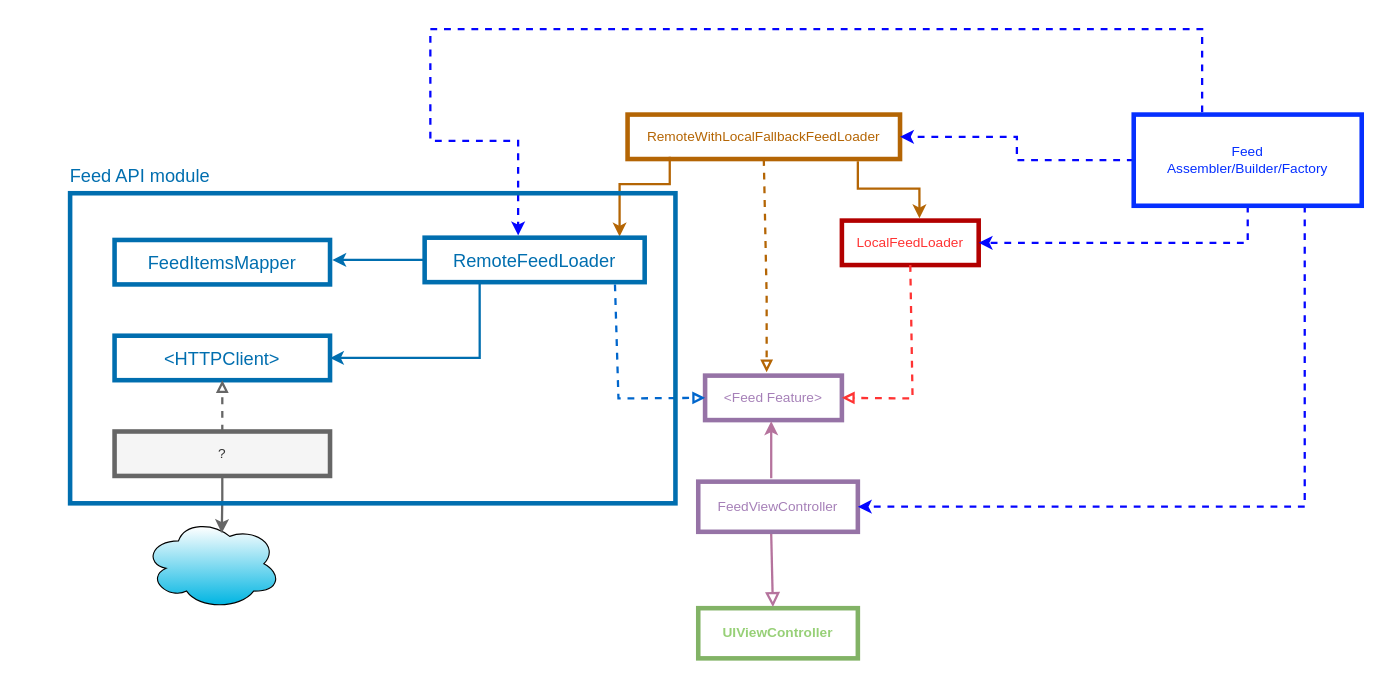
The draw.io diagram Architecture Diagrams/Architecture_And_Modular_Design_Netowrking_Module.drawio in gopal-iosdev/essential-feed-case-study, before the edit. Source tidied: cells renumbered, new cells numbered last; positions are measured from the earlier drawing's top-left corner, leaving out a move shared by most shapes. Both pictures are drawn from the tidied source at 114%, with x=0, y=0 at pixel (67, 28).
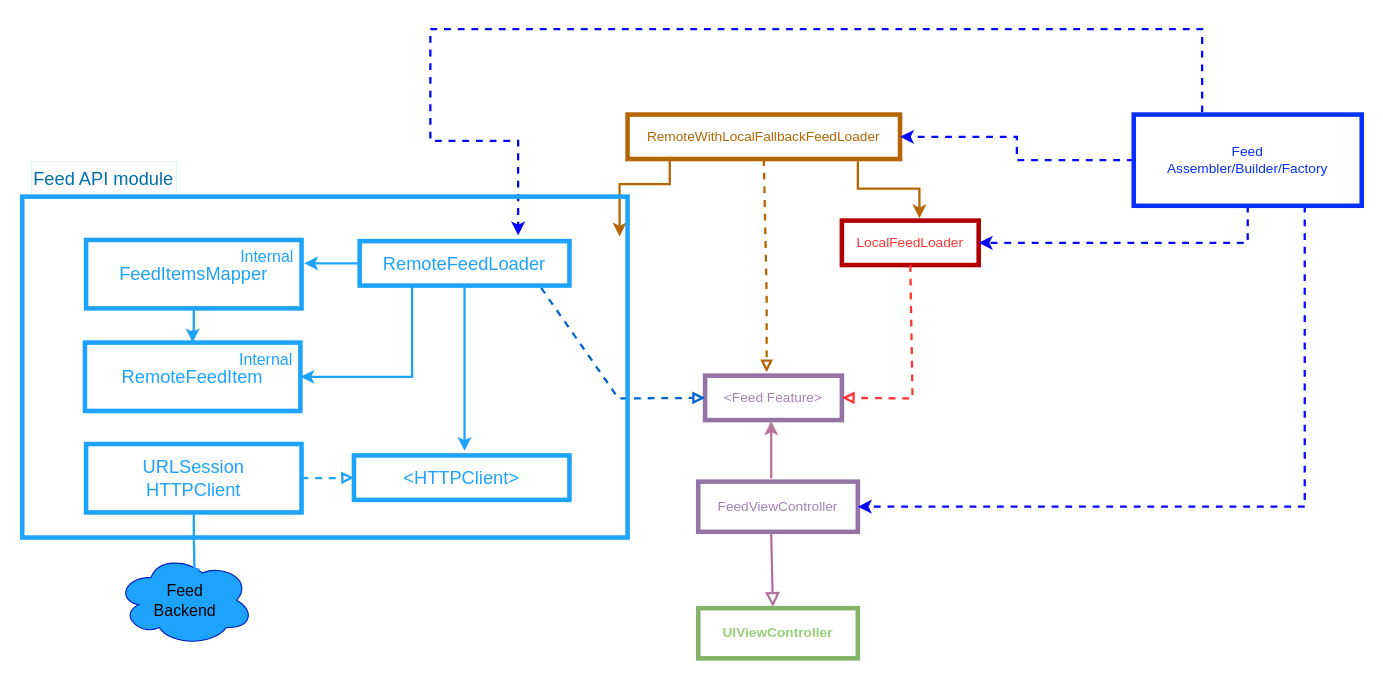
After the change.

Commit message:
Updated feed api module in the architecture

Diff of the diagram source:
```diff
@@
+    <mxCell id="30" style="edgeStyle=orthogonalEdgeStyle;rounded=0;jettySize=auto;html=1;entryX=0.5;entryY=0;entryDx=0;entryDy=0;strokeColor=#1EA3FC;strokeWidth=2;" parent="1" edge="1" source="19" target="35">
+      <mxGeometry relative="1" as="geometry" />
+    </mxCell>
-    <mxCell id="19" value="&lt;font style=&quot;font-size: 16px;&quot;&gt;FeedItemsMapper&lt;/font&gt;" style="rounded=0;whiteSpace=wrap;html=1;fillColor=none;strokeColor=#006EAF;strokeWidth=4;fontColor=#006EAF;fontSize=16;" parent="1" vertex="1">
-      <mxGeometry x="41" y="185" width="189" height="39" as="geometry" />
+    <mxCell id="19" value="&lt;font style=&quot;font-size: 16px;&quot;&gt;FeedItemsMapper&lt;/font&gt;" style="rounded=0;whiteSpace=wrap;html=1;fillColor=none;strokeColor=#1EA3FC;strokeWidth=4;fontColor=#1EA3FC;fontSize=16;" parent="1" vertex="1">
+      <mxGeometry x="16" y="185" width="189" height="60" as="geometry" />
     </mxCell>
-    <mxCell id="20" style="edgeStyle=orthogonalEdgeStyle;rounded=0;jettySize=auto;html=1;strokeColor=#006EAF;strokeWidth=2;fontColor=#006EAF;fontSize=16;" parent="1" edge="1" source="22">
-      <mxGeometry relative="1" as="geometry">
-        <mxPoint x="232" y="202.5" as="targetPoint" />
-      </mxGeometry>
-    </mxCell>
-    <mxCell id="21" style="edgeStyle=orthogonalEdgeStyle;rounded=0;jettySize=auto;html=1;exitX=0.25;exitY=1;exitDx=0;exitDy=0;entryX=1;entryY=0.5;entryDx=0;entryDy=0;strokeColor=#006EAF;strokeWidth=2;fontColor=#006EAF;fontSize=16;" parent="1" edge="1" source="22" target="23">
-      <mxGeometry relative="1" as="geometry" />
-    </mxCell>
+    <mxCell id="31" style="edgeStyle=orthogonalEdgeStyle;rounded=0;jettySize=auto;html=1;exitX=0.5;exitY=1;exitDx=0;exitDy=0;strokeColor=#1EA3FC;strokeWidth=2;" parent="1" edge="1" source="22">
+      <mxGeometry relative="1" as="geometry">
+        <mxPoint x="348" y="370" as="targetPoint" />
+      </mxGeometry>
+    </mxCell>
+    <mxCell id="32" style="edgeStyle=orthogonalEdgeStyle;rounded=0;jettySize=auto;html=1;strokeColor=#1EA3FC;strokeWidth=2;" parent="1" edge="1" source="22">
+      <mxGeometry relative="1" as="geometry">
+        <mxPoint x="207.4" y="205.5" as="targetPoint" />
+      </mxGeometry>
+    </mxCell>
+    <mxCell id="33" style="edgeStyle=orthogonalEdgeStyle;rounded=0;jettySize=auto;html=1;exitX=0.25;exitY=1;exitDx=0;exitDy=0;entryX=1;entryY=0.5;entryDx=0;entryDy=0;strokeColor=#1EA3FC;strokeWidth=2;" parent="1" edge="1" source="22" target="35">
+      <mxGeometry relative="1" as="geometry" />
+    </mxCell>
-    <mxCell id="22" value="&lt;font style=&quot;font-size: 16px;&quot;&gt;RemoteFeedLoader&lt;/font&gt;" style="rounded=0;whiteSpace=wrap;html=1;fillColor=none;strokeColor=#006EAF;strokeWidth=4;fontColor=#006EAF;fontSize=16;" parent="1" vertex="1">
-      <mxGeometry x="313" y="183" width="193" height="39" as="geometry" />
+    <mxCell id="22" value="&lt;font style=&quot;font-size: 16px;&quot;&gt;RemoteFeedLoader&lt;/font&gt;" style="rounded=0;whiteSpace=wrap;html=1;fillColor=none;strokeColor=#1EA3FC;strokeWidth=4;fontColor=#1EA3FC;fontSize=16;" parent="1" vertex="1">
+      <mxGeometry x="256" y="186" width="184" height="39" as="geometry" />
     </mxCell>
-    <mxCell id="23" value="&lt;font style=&quot;font-size: 16px;&quot;&gt;&amp;lt;HTTPClient&amp;gt;&lt;/font&gt;" style="rounded=0;whiteSpace=wrap;html=1;fillColor=none;strokeColor=#006EAF;strokeWidth=4;fontColor=#006EAF;fontSize=16;" parent="1" vertex="1">
-      <mxGeometry x="41" y="269" width="189" height="39" as="geometry" />
+    <mxCell id="23" value="&lt;font style=&quot;font-size: 16px;&quot;&gt;&amp;lt;HTTPClient&amp;gt;&lt;/font&gt;" style="rounded=0;whiteSpace=wrap;html=1;fillColor=none;strokeColor=#1EA3FC;strokeWidth=4;fontColor=#1EA3FC;fontSize=16;" parent="1" vertex="1">
+      <mxGeometry x="251" y="374" width="189" height="39" as="geometry" />
     </mxCell>
-    <mxCell id="24" style="ellipse;shape=cloud;whiteSpace=wrap;html=1;gradientColor=#00b5e2;" parent="1" vertex="1">
-      <mxGeometry x="67" y="429" width="120" height="80" as="geometry" />
+    <mxCell id="24" value="&lt;font style=&quot;font-size: 14px;&quot;&gt;Feed&lt;br style=&quot;font-size: 14px;&quot;&gt;Backend&lt;/font&gt;" style="ellipse;shape=cloud;whiteSpace=wrap;html=1;fillColor=#1ea3fc;fontColor=#000000;strokeColor=#001DBC;fontSize=14;" parent="1" vertex="1">
+      <mxGeometry x="43" y="461" width="120" height="80" as="geometry" />
     </mxCell>
+    <mxCell id="26" style="edgeStyle=orthogonalEdgeStyle;rounded=0;jettySize=auto;html=1;entryX=0.567;entryY=0.163;entryDx=0;entryDy=0;entryPerimeter=0;strokeWidth=2;strokeColor=#1EA3FC;endArrow=baseDash;endFill=0;" parent="1" edge="1" source="27" target="24">
+      <mxGeometry relative="1" as="geometry" />
+    </mxCell>
-    <mxCell id="25" style="edgeStyle=orthogonalEdgeStyle;rounded=0;jettySize=auto;html=1;entryX=0.5;entryY=1;entryDx=0;entryDy=0;strokeWidth=2;dashed=1;endArrow=block;endFill=0;strokeColor=#666666;" parent="1" edge="1" source="27" target="23">
+    <mxCell id="25" style="edgeStyle=orthogonalEdgeStyle;rounded=0;jettySize=auto;html=1;exitX=1;exitY=0.5;exitDx=0;exitDy=0;entryX=0;entryY=0.5;entryDx=0;entryDy=0;strokeWidth=2;endArrow=block;endFill=0;dashed=1;strokeColor=#1EA3FC;" parent="1" edge="1" source="27" target="23">
       <mxGeometry relative="1" as="geometry" />
     </mxCell>
-    <mxCell id="26" style="edgeStyle=orthogonalEdgeStyle;rounded=0;jettySize=auto;html=1;entryX=0.567;entryY=0.163;entryDx=0;entryDy=0;entryPerimeter=0;strokeWidth=2;strokeColor=#666666;" parent="1" edge="1" source="27" target="24">
-      <mxGeometry relative="1" as="geometry" />
-    </mxCell>
-    <mxCell id="27" value="?" style="rounded=0;whiteSpace=wrap;html=1;fillColor=#f5f5f5;strokeColor=#666666;strokeWidth=4;fontColor=#333333;" parent="1" vertex="1">
-      <mxGeometry x="41" y="353" width="189" height="39" as="geometry" />
+    <mxCell id="27" value="&lt;span style=&quot;font-family: Helvetica; font-size: 16px; font-style: normal; font-variant-ligatures: normal; font-variant-caps: normal; font-weight: 400; letter-spacing: normal; orphans: 2; text-align: center; text-indent: 0px; text-transform: none; widows: 2; word-spacing: 0px; -webkit-text-stroke-width: 0px; background-color: rgb(251, 251, 251); text-decoration-thickness: initial; text-decoration-style: initial; text-decoration-color: initial; float: none; display: inline !important;&quot;&gt;URLSession&lt;br&gt;HTTPClient&lt;br&gt;&lt;/span&gt;" style="rounded=0;whiteSpace=wrap;html=1;fillColor=none;strokeColor=#1EA3FC;strokeWidth=4;fontColor=#1EA3FC;" parent="1" vertex="1">
+      <mxGeometry x="16" y="364" width="189" height="60" as="geometry" />
     </mxCell>
-    <mxCell id="28" style="rounded=0;whiteSpace=wrap;html=1;fillColor=none;strokeWidth=4;strokeColor=#006EAF;" parent="1" vertex="1">
-      <mxGeometry x="2" y="144" width="531" height="272" as="geometry" />
+    <mxCell id="28" style="rounded=0;whiteSpace=wrap;html=1;fillColor=none;strokeWidth=4;strokeColor=#1EA3FC;" parent="1" vertex="1">
+      <mxGeometry x="-40" y="147" width="531" height="299" as="geometry" />
     </mxCell>
-    <mxCell id="29" value="Feed API module" style="text;html=1;strokeColor=none;fillColor=none;align=center;verticalAlign=middle;whiteSpace=wrap;rounded=0;strokeWidth=0;fontColor=#006EAF;fontStyle=0;fontSize=16;" parent="1" vertex="1">
-      <mxGeometry y="114" width="127" height="30" as="geometry" />
+    <mxCell id="29" value="Feed API module" style="text;html=1;strokeColor=#1EA3FC;fillColor=none;align=center;verticalAlign=middle;whiteSpace=wrap;rounded=0;strokeWidth=0;fontColor=#006EAF;fontStyle=0;fontSize=16;" parent="1" vertex="1">
+      <mxGeometry x="-32" y="116" width="127" height="30" as="geometry" />
     </mxCell>
+    <mxCell id="34" value="&lt;font style=&quot;font-size: 14px;&quot;&gt;Internal&lt;/font&gt;" style="text;html=1;strokeColor=none;fillColor=none;align=center;verticalAlign=middle;whiteSpace=wrap;rounded=0;labelPosition=center;verticalLabelPosition=middle;fontColor=#1EA3FC;" parent="1" vertex="1">
+      <mxGeometry x="145" y="185" width="60" height="30" as="geometry" />
+    </mxCell>
+    <mxCell id="35" value="RemoteFeedItem" style="rounded=0;whiteSpace=wrap;html=1;fillColor=none;strokeColor=#1EA3FC;strokeWidth=4;fontColor=#1EA3FC;fontSize=16;" parent="1" vertex="1">
+      <mxGeometry x="15" y="275" width="189" height="60" as="geometry" />
+    </mxCell>
+    <mxCell id="36" value="&lt;font style=&quot;font-size: 14px;&quot;&gt;Internal&lt;/font&gt;" style="text;html=1;strokeColor=none;fillColor=none;align=center;verticalAlign=middle;whiteSpace=wrap;rounded=0;labelPosition=center;verticalLabelPosition=middle;fontColor=#1EA3FC;" parent="1" vertex="1">
+      <mxGeometry x="144" y="275" width="60" height="30" as="geometry" />
+    </mxCell>
```
